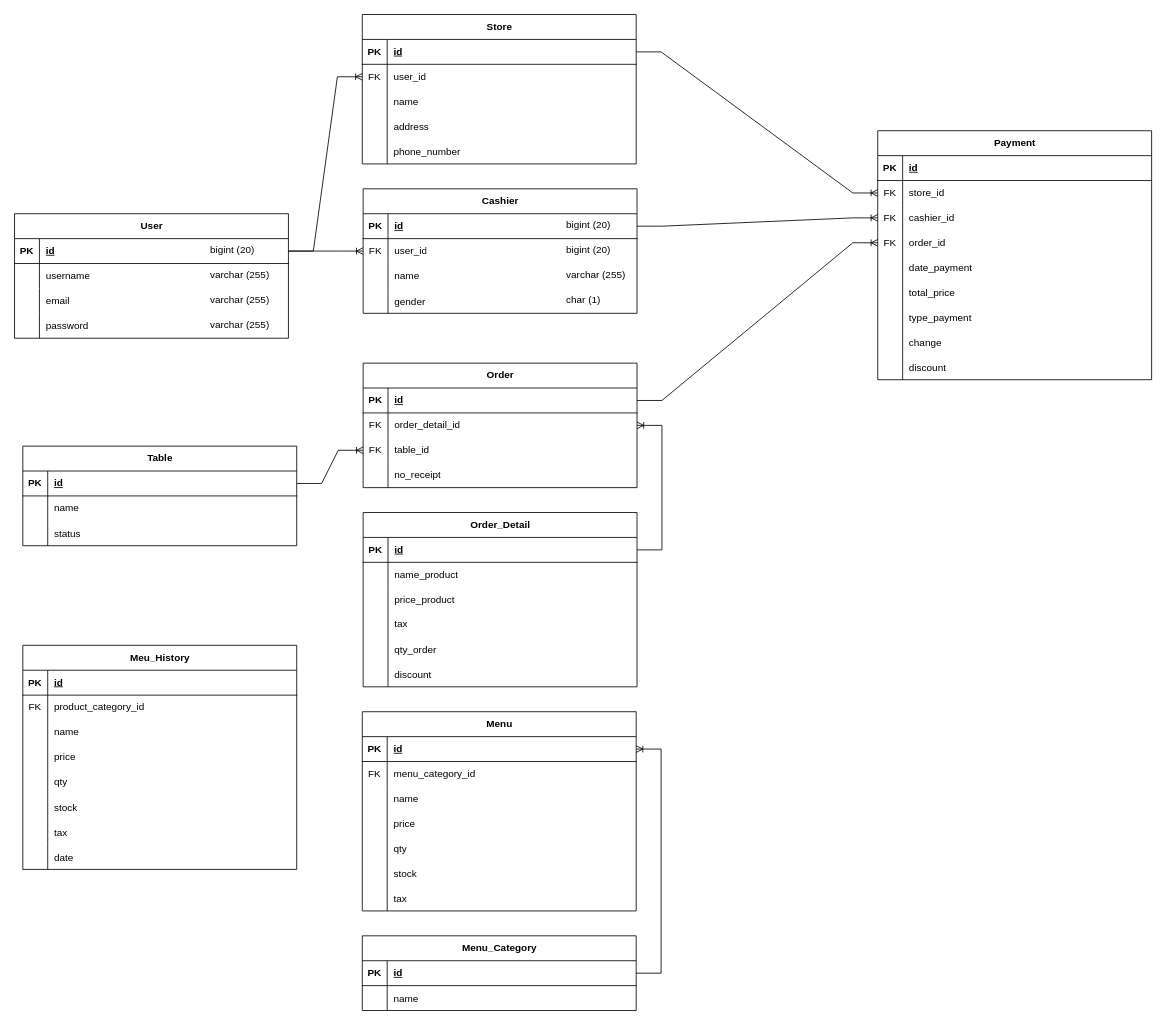
Before: Normalisasi & ERD Kasir.drawio in ProjectPKL-Argenesia/CoffeeShopCashier, a draw.io diagram. Source tidied: cells renumbered, new cells numbered last; positions are measured from the earlier drawing's top-left corner, leaving out a move shared by most shapes. Both pictures are drawn from the tidied source at 83%, with x=0, y=0 at pixel (14, 14).
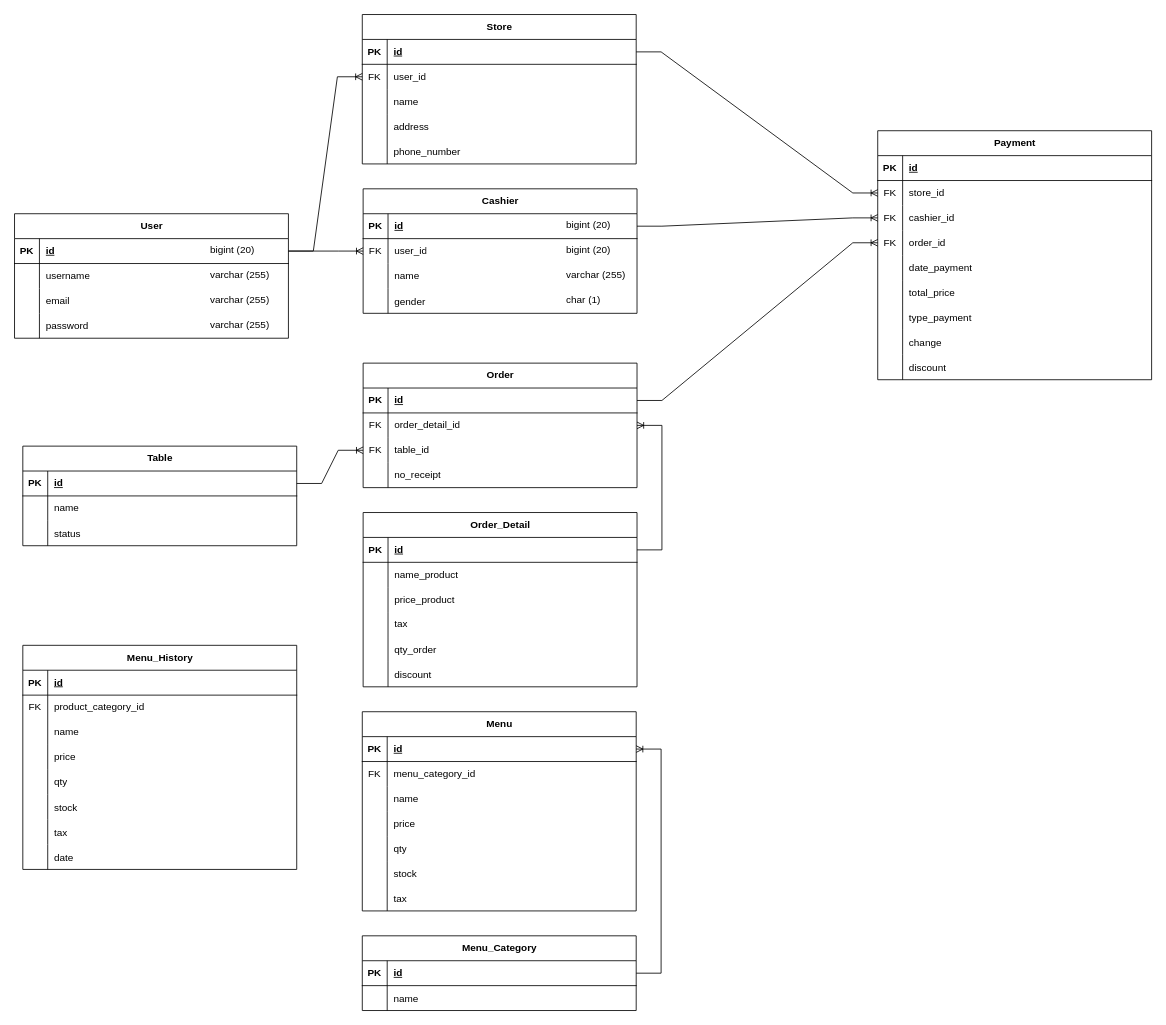
Above is the later version.

The edit, as a diff of the source:
```diff
@@
-    <mxCell id="158" value="Meu_History" style="shape=table;startSize=30;childLayout=tableLayout;rowLines=0;fontStyle=1;align=center;html=1;" parent="1" vertex="1">
+    <mxCell id="158" value="Menu_History" style="shape=table;startSize=30;childLayout=tableLayout;rowLines=0;fontStyle=1;align=center;html=1;" parent="1" vertex="1">
       <mxGeometry x="10" y="760" width="330" height="270" as="geometry" />
     </mxCell>
```
